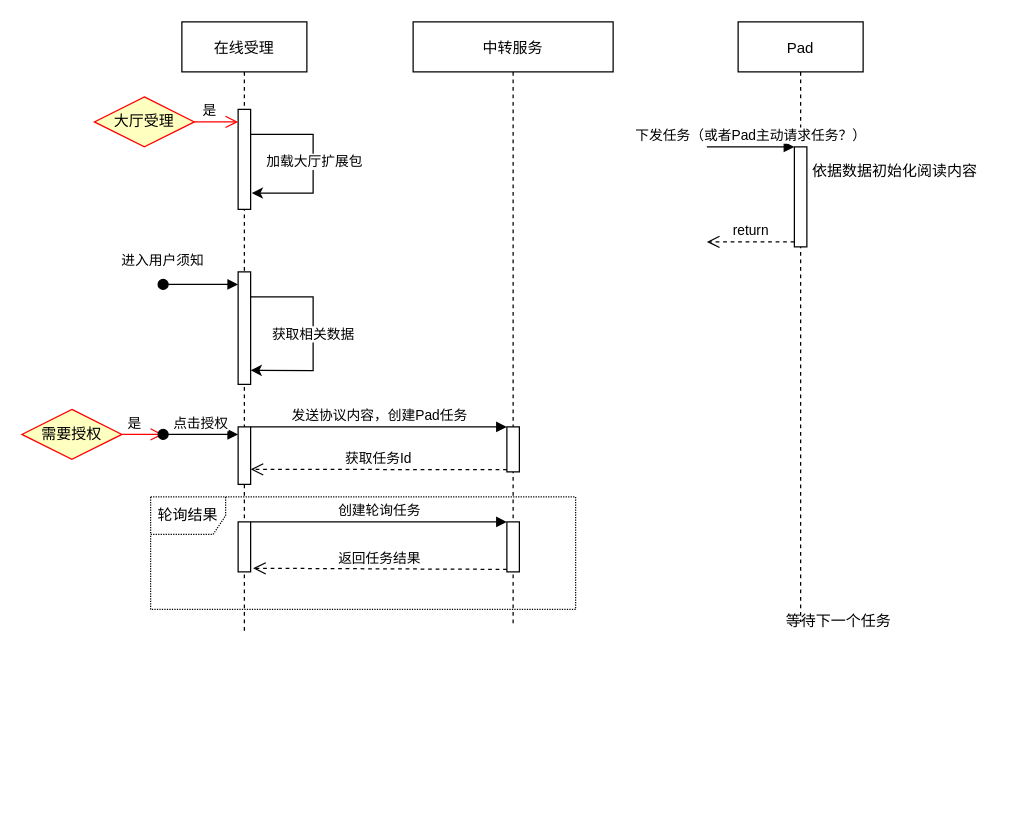
Above: sq.drawio in wsy5555621/diagrams (draw.io), before the change. Source tidied: cells renumbered, new cells numbered last; positions are measured from the earlier drawing's top-left corner, leaving out a move shared by most shapes. Both pictures are drawn from the tidied source at 125%, with x=0, y=0 at pixel (21, 21).
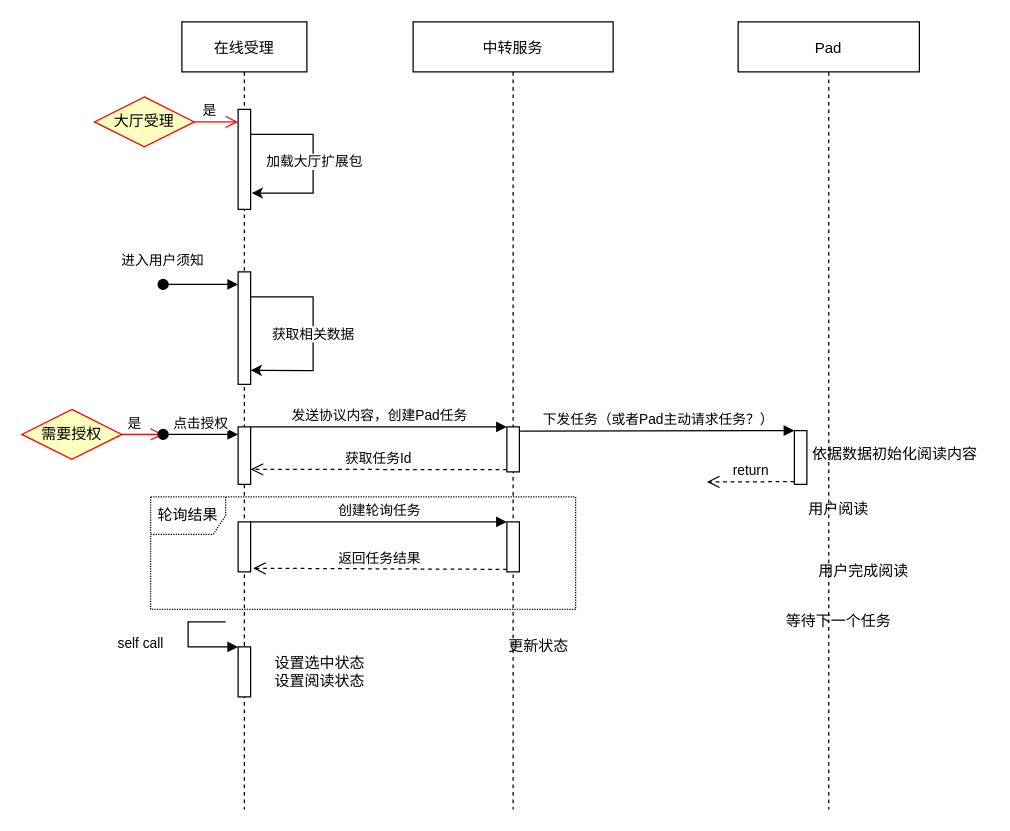
The same diagram, later.

The change refers to these unchanged cells:
```xml
<mxCell id="16" style="html=1;points=[];perimeter=orthogonalPerimeter;" parent="15" vertex="1">
  <mxGeometry x="75" y="324" width="10" height="36" as="geometry" />
</mxCell>
```

Change to the diagram source:
```diff
@@
     <mxCell id="2" value="在线受理" style="shape=umlLifeline;perimeter=lifelinePerimeter;rounded=0;shadow=0;strokeWidth=1;" parent="1" vertex="1">
-      <mxGeometry x="128" width="100" height="490" as="geometry" />
+      <mxGeometry x="128" width="100" height="630" as="geometry" />
     </mxCell>
@@
+    <mxCell id="30" style="html=1;perimeter=orthogonalPerimeter;" parent="2" vertex="1">
+      <mxGeometry x="45" y="500" width="10" height="40" as="geometry" />
+    </mxCell>
+    <mxCell id="31" value="self call" style="edgeStyle=orthogonalEdgeStyle;html=1;align=left;spacingLeft=2;endArrow=block;rounded=0;" parent="2" edge="1">
+      <mxGeometry x="0.05" y="-60" relative="1" as="geometry">
+        <mxPoint x="35" y="480" as="sourcePoint" />
+        <mxPoint x="45" y="500" as="targetPoint" />
+        <Array as="points">
+          <mxPoint x="5" y="480" />
+          <mxPoint x="5" y="500" />
+        </Array>
+      </mxGeometry>
+    </mxCell>
     <mxCell id="11" value="Pad" style="shape=umlLifeline;perimeter=lifelinePerimeter;rounded=0;shadow=0;strokeWidth=1;" parent="1" vertex="1">
-      <mxGeometry x="573" width="100" height="480" as="geometry" />
+      <mxGeometry x="573" width="145" height="630" as="geometry" />
     </mxCell>
     <mxCell id="12" style="html=1;points=[];perimeter=orthogonalPerimeter;" parent="11" vertex="1">
-      <mxGeometry x="45" y="100" width="10" height="80" as="geometry" />
+      <mxGeometry x="45" y="327" width="10" height="43" as="geometry" />
     </mxCell>
-    <mxCell id="13" value="下发任务（或者Pad主动请求任务？）" style="html=1;verticalAlign=bottom;endArrow=block;entryX=0;entryY=0;rounded=0;" parent="11" edge="1" target="12">
-      <mxGeometry relative="1" as="geometry">
-        <mxPoint x="-25" y="100" as="sourcePoint" />
-      </mxGeometry>
-    </mxCell>
     <mxCell id="14" value="return" style="html=1;verticalAlign=bottom;endArrow=open;dashed=1;endSize=8;exitX=0;exitY=0.95;rounded=0;" parent="11" edge="1" source="12">
       <mxGeometry relative="1" as="geometry">
-        <mxPoint x="-25" y="176" as="targetPoint" />
+        <mxPoint x="-25" y="368" as="targetPoint" />
       </mxGeometry>
     </mxCell>
+    <mxCell id="32" value="用户完成阅读" style="text;html=1;align=center;verticalAlign=middle;strokeColor=none;fillColor=none;" parent="11" vertex="1">
+      <mxGeometry x="55" y="430" width="90" height="20" as="geometry" />
+    </mxCell>
     <mxCell id="15" value="中转服务" style="shape=umlLifeline;perimeter=lifelinePerimeter;rounded=0;shadow=0;strokeWidth=1;" parent="1" vertex="1">
-      <mxGeometry x="313" width="160" height="484" as="geometry" />
+      <mxGeometry x="313" width="160" height="630" as="geometry" />
     </mxCell>
@@
     <mxCell id="28" value="依据数据初始化阅读内容" style="text;html=1;align=center;verticalAlign=middle;strokeColor=none;fillColor=none;" parent="1" vertex="1">
-      <mxGeometry x="623" y="110" width="150" height="20" as="geometry" />
+      <mxGeometry x="623" y="336" width="150" height="20" as="geometry" />
     </mxCell>
@@
+    <mxCell id="13" value="下发任务（或者Pad主动请求任务？）" style="html=1;verticalAlign=bottom;endArrow=block;entryX=0;entryY=0;rounded=0;exitX=1.06;exitY=0.094;exitDx=0;exitDy=0;exitPerimeter=0;" parent="1" edge="1" source="16" target="12">
+      <mxGeometry relative="1" as="geometry" />
+    </mxCell>
+    <mxCell id="33" value="用户阅读" style="text;html=1;align=center;verticalAlign=middle;strokeColor=none;fillColor=none;" parent="1" vertex="1">
+      <mxGeometry x="623" y="380" width="60" height="20" as="geometry" />
+    </mxCell>
+    <mxCell id="34" value="设置选中状态&lt;br&gt;设置阅读状态" style="text;html=1;align=center;verticalAlign=middle;strokeColor=none;fillColor=none;" parent="1" vertex="1">
+      <mxGeometry x="193" y="505" width="90" height="30" as="geometry" />
+    </mxCell>
+    <mxCell id="35" value="更新状态" style="text;html=1;align=center;verticalAlign=middle;strokeColor=none;fillColor=none;" parent="1" vertex="1">
+      <mxGeometry x="383" y="490" width="60" height="20" as="geometry" />
+    </mxCell>
```
